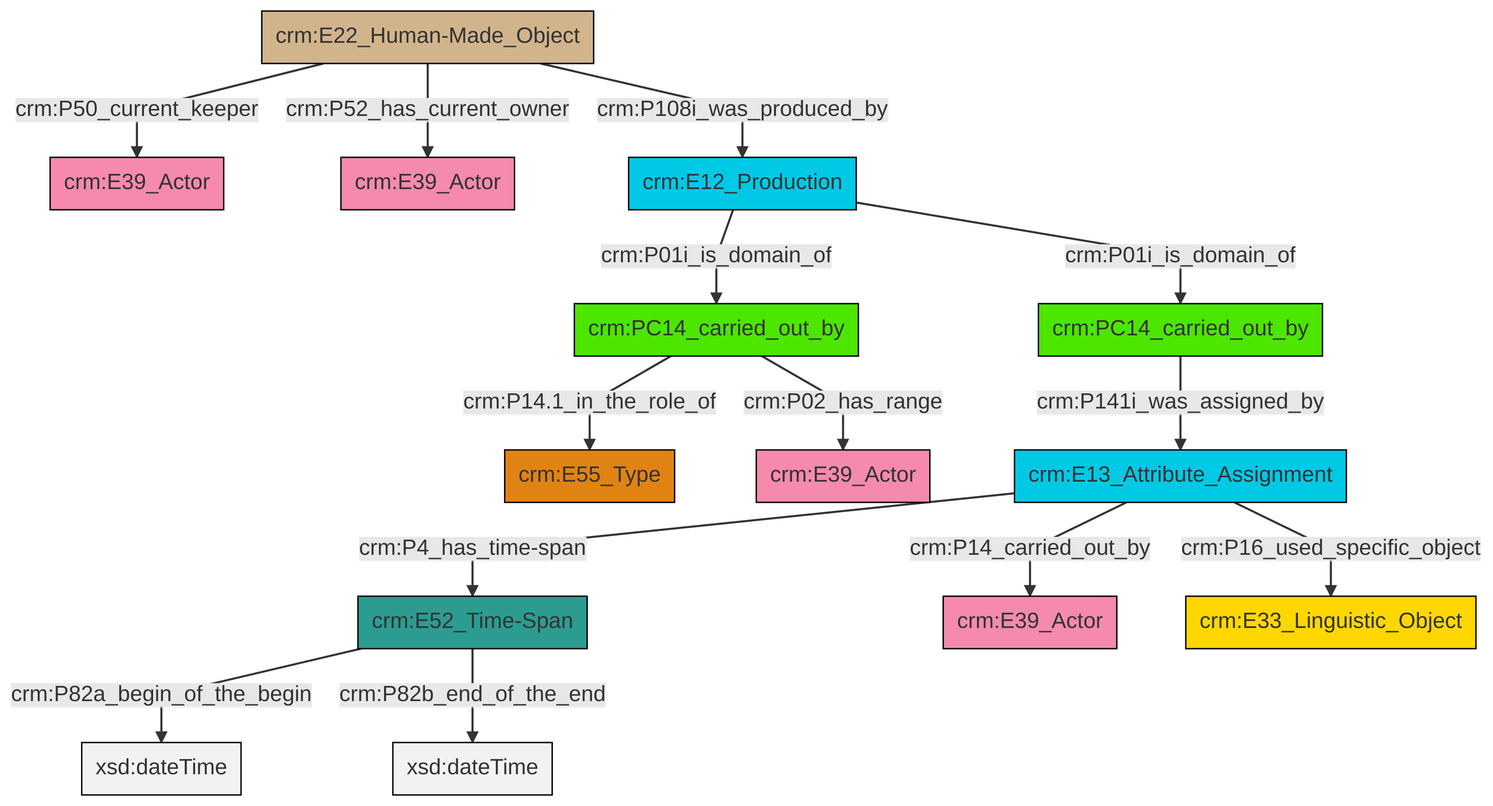
Before: et/carrierCSV/ttl/mmd/png/carrier_relations.png, a diagram exported from Mermaid (swiss-art-research-net/docs.swissartresearch). Its source is kept beside it as et/carrierCSV/ttl/mmd/carrier_relations.ttl.mmd.
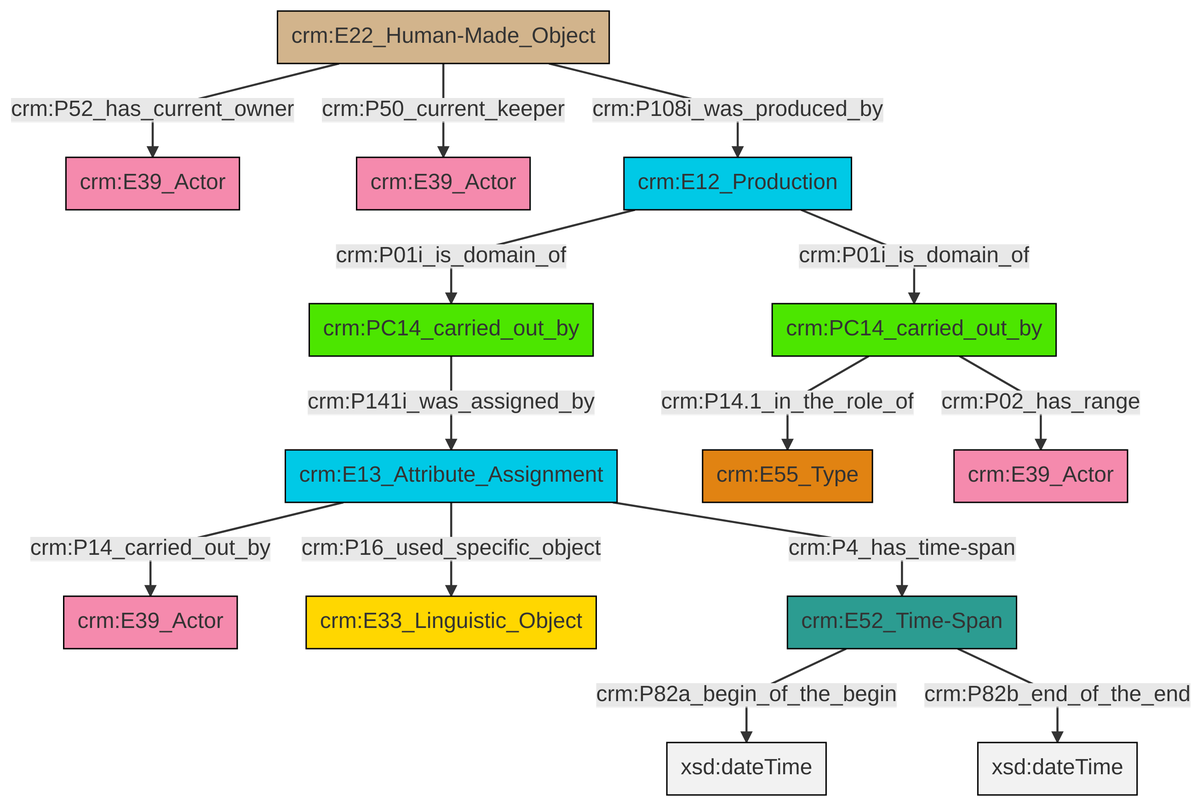
After the commit.

Diff of the diagram source:
```diff
@@ -13,16 +13,16 @@
 classDef PC_Classes fill:#4ce600, stroke:#000000;
 classDef Multi fill:#cccccc,stroke:#000000;
 
-0["crm:E22_Human-Made_Object"]:::Physical_Thing -->|crm:P50_current_keeper| 1["crm:E39_Actor"]:::Actor
-2["crm:E52_Time-Span"]:::Time-Span -->|crm:P82a_begin_of_the_begin| 3[xsd:dateTime]:::Literal
-4["crm:PC14_carried_out_by"]:::PC_Classes -->|crm:P14.1_in_the_role_of| 6["crm:E55_Type"]:::Type
-9["crm:E13_Attribute_Assignment"]:::Temporal_Entity -->|crm:P4_has_time-span| 2["crm:E52_Time-Span"]:::Time-Span
-9["crm:E13_Attribute_Assignment"]:::Temporal_Entity -->|crm:P16_used_specific_object| 15["crm:E33_Linguistic_Object"]:::Conceptual_Object
-0["crm:E22_Human-Made_Object"]:::Physical_Thing -->|crm:P52_has_current_owner| 16["crm:E39_Actor"]:::Actor
-17["crm:E12_Production"]:::Temporal_Entity -->|crm:P01i_is_domain_of| 4["crm:PC14_carried_out_by"]:::PC_Classes
-9["crm:E13_Attribute_Assignment"]:::Temporal_Entity -->|crm:P14_carried_out_by| 12["crm:E39_Actor"]:::Actor
-10["crm:PC14_carried_out_by"]:::PC_Classes -->|crm:P141i_was_assigned_by| 9["crm:E13_Attribute_Assignment"]:::Temporal_Entity
-17["crm:E12_Production"]:::Temporal_Entity -->|crm:P01i_is_domain_of| 10["crm:PC14_carried_out_by"]:::PC_Classes
-4["crm:PC14_carried_out_by"]:::PC_Classes -->|crm:P02_has_range| 7["crm:E39_Actor"]:::Actor
-0["crm:E22_Human-Made_Object"]:::Physical_Thing -->|crm:P108i_was_produced_by| 17["crm:E12_Production"]:::Temporal_Entity
-2["crm:E52_Time-Span"]:::Time-Span -->|crm:P82b_end_of_the_end| 23[xsd:dateTime]:::Literal
+0["crm:E22_Human-Made_Object"]:::Physical_Thing -->|crm:P52_has_current_owner| 1["crm:E39_Actor"]:::Actor
+5["crm:PC14_carried_out_by"]:::PC_Classes -->|crm:P14.1_in_the_role_of| 6["crm:E55_Type"]:::Type
+7["crm:E12_Production"]:::Temporal_Entity -->|crm:P01i_is_domain_of| 3["crm:PC14_carried_out_by"]:::PC_Classes
+3["crm:PC14_carried_out_by"]:::PC_Classes -->|crm:P141i_was_assigned_by| 10["crm:E13_Attribute_Assignment"]:::Temporal_Entity
+10["crm:E13_Attribute_Assignment"]:::Temporal_Entity -->|crm:P14_carried_out_by| 8["crm:E39_Actor"]:::Actor
+10["crm:E13_Attribute_Assignment"]:::Temporal_Entity -->|crm:P16_used_specific_object| 12["crm:E33_Linguistic_Object"]:::Conceptual_Object
+14["crm:E52_Time-Span"]:::Time-Span -->|crm:P82a_begin_of_the_begin| 15[xsd:dateTime]:::Literal
+7["crm:E12_Production"]:::Temporal_Entity -->|crm:P01i_is_domain_of| 5["crm:PC14_carried_out_by"]:::PC_Classes
+0["crm:E22_Human-Made_Object"]:::Physical_Thing -->|crm:P50_current_keeper| 16["crm:E39_Actor"]:::Actor
+14["crm:E52_Time-Span"]:::Time-Span -->|crm:P82b_end_of_the_end| 18[xsd:dateTime]:::Literal
+5["crm:PC14_carried_out_by"]:::PC_Classes -->|crm:P02_has_range| 20["crm:E39_Actor"]:::Actor
+0["crm:E22_Human-Made_Object"]:::Physical_Thing -->|crm:P108i_was_produced_by| 7["crm:E12_Production"]:::Temporal_Entity
+10["crm:E13_Attribute_Assignment"]:::Temporal_Entity -->|crm:P4_has_time-span| 14["crm:E52_Time-Span"]:::Time-Span
```
